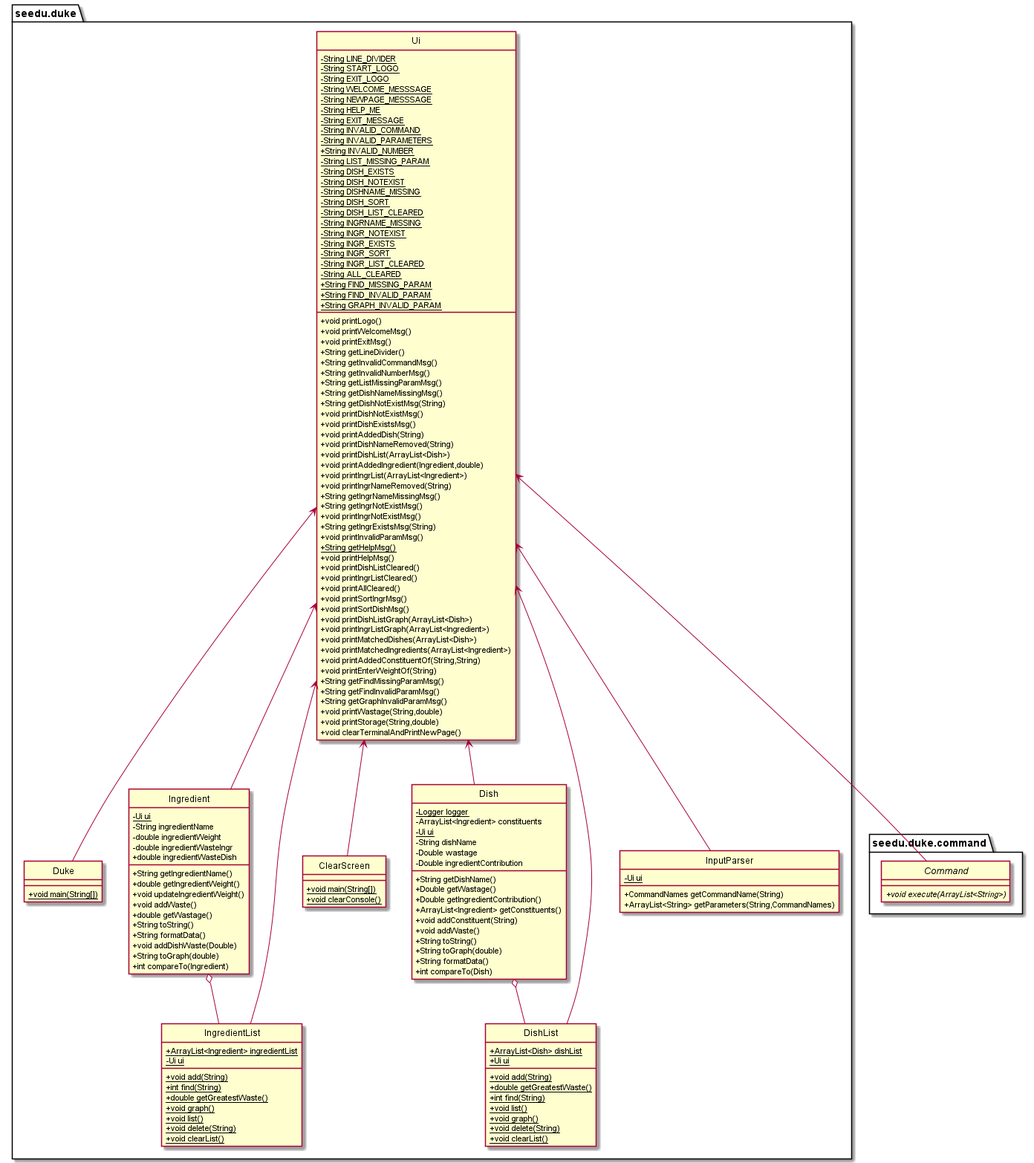
Above: docs/images/UiClass.png in nus-cs2113-AY2122S1/tp (PlantUML), before the change.
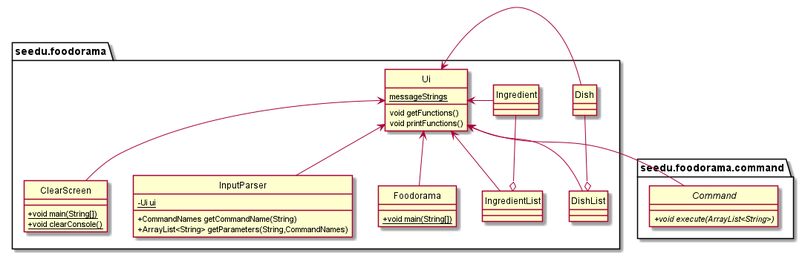
The same file after the commit.

Change to the diagram source:
```diff
@@ -3,155 +3,47 @@
 hide circle
 skinparam classAttributeIconSize 0
 
-class seedu.duke.Duke {
+class seedu.foodorama.Foodorama {
 + {static} void main(String[])
 }
-class seedu.duke.Ingredient {
-- {static} Ui ui
-- String ingredientName
-- double ingredientWeight
-- double ingredientWasteIngr
-+ double ingredientWasteDish
-+ String getIngredientName()
-+ double getIngredientWeight()
-+ void updateIngredientWeight()
-+ void addWaste()
-+ double getWastage()
-+ String toString()
-+ String formatData()
-+ void addDishWaste(Double)
-+ String toGraph(double)
-+ int compareTo(Ingredient)
+class seedu.foodorama.Ingredient {
+
 }
-class seedu.duke.DishList {
-+ {static} ArrayList<Dish> dishList
-+ {static} Ui ui
-+ {static} void add(String)
-+ {static} double getGreatestWaste()
-+ {static} int find(String)
-+ {static} void list()
-+ {static} void graph()
-+ {static} void delete(String)
-+ {static} void clearList()
+class seedu.foodorama.DishList {
+
 }
-class seedu.duke.ClearScreen {
+class seedu.foodorama.ClearScreen {
 + {static} void main(String[])
 + {static} void clearConsole()
 }
-class seedu.duke.Ui {
-- {static} String LINE_DIVIDER
-- {static} String START_LOGO
-- {static} String EXIT_LOGO
-- {static} String WELCOME_MESSSAGE
-- {static} String NEWPAGE_MESSSAGE
-- {static} String HELP_ME
-- {static} String EXIT_MESSAGE
-- {static} String INVALID_COMMAND
-- {static} String INVALID_PARAMETERS
-+ {static} String INVALID_NUMBER
-- {static} String LIST_MISSING_PARAM
-- {static} String DISH_EXISTS
-- {static} String DISH_NOTEXIST
-- {static} String DISHNAME_MISSING
-- {static} String DISH_SORT
-- {static} String DISH_LIST_CLEARED
-- {static} String INGRNAME_MISSING
-- {static} String INGR_NOTEXIST
-- {static} String INGR_EXISTS
-- {static} String INGR_SORT
-- {static} String INGR_LIST_CLEARED
-- {static} String ALL_CLEARED
-+ {static} String FIND_MISSING_PARAM
-+ {static} String FIND_INVALID_PARAM
-+ {static} String GRAPH_INVALID_PARAM
-+ void printLogo()
-+ void printWelcomeMsg()
-+ void printExitMsg()
-+ String getLineDivider()
-+ String getInvalidCommandMsg()
-+ String getInvalidNumberMsg()
-+ String getListMissingParamMsg()
-+ String getDishNameMissingMsg()
-+ String getDishNotExistMsg(String)
-+ void printDishNotExistMsg()
-+ void printDishExistsMsg()
-+ void printAddedDish(String)
-+ void printDishNameRemoved(String)
-+ void printDishList(ArrayList<Dish>)
-+ void printAddedIngredient(Ingredient,double)
-+ void printIngrList(ArrayList<Ingredient>)
-+ void printIngrNameRemoved(String)
-+ String getIngrNameMissingMsg()
-+ String getIngrNotExistMsg()
-+ void printIngrNotExistMsg()
-+ String getIngrExistsMsg(String)
-+ void printInvalidParamMsg()
-+ {static} String getHelpMsg()
-+ void printHelpMsg()
-+ void printDishListCleared()
-+ void printIngrListCleared()
-+ void printAllCleared()
-+ void printSortIngrMsg()
-+ void printSortDishMsg()
-+ void printDishListGraph(ArrayList<Dish>)
-+ void printIngrListGraph(ArrayList<Ingredient>)
-+ void printMatchedDishes(ArrayList<Dish>)
-+ void printMatchedIngredients(ArrayList<Ingredient>)
-+ void printAddedConstituentOf(String,String)
-+ void printEnterWeightOf(String)
-+ String getFindMissingParamMsg()
-+ String getFindInvalidParamMsg()
-+ String getGraphInvalidParamMsg()
-+ void printWastage(String,double)
-+ void printStorage(String,double)
-+ void clearTerminalAndPrintNewPage()
+class seedu.foodorama.Ui {
+{static} messageStrings
+void getFunctions()
+void printFunctions()
 }
-class seedu.duke.IngredientList {
-+ {static} ArrayList<Ingredient> ingredientList
-- {static} Ui ui
-+ {static} void add(String)
-+ {static} int find(String)
-+ {static} double getGreatestWaste()
-+ {static} void graph()
-+ {static} void list()
-+ {static} void delete(String)
-+ {static} void clearList()
+class seedu.foodorama.IngredientList {
+
 }
-class seedu.duke.Dish {
-- {static} Logger logger
-- ArrayList<Ingredient> constituents
-- {static} Ui ui
-- String dishName
-- Double wastage
-- Double ingredientContribution
-+ String getDishName()
-+ Double getWastage()
-+ Double getIngredientContribution()
-+ ArrayList<Ingredient> getConstituents()
-+ void addConstituent(String)
-+ void addWaste()
-+ String toString()
-+ String toGraph(double)
-+ String formatData()
-+ int compareTo(Dish)
+class seedu.foodorama.Dish {
+
 }
-abstract class seedu.duke.command.Command {
+abstract class seedu.foodorama.command.Command {
 + {abstract}void execute(ArrayList<String>)
 }
-class seedu.duke.InputParser {
+class seedu.foodorama.InputParser {
 - {static} Ui ui
 + CommandNames getCommandName(String)
 + ArrayList<String> getParameters(String,CommandNames)
 }
 
-seedu.duke.Ui <-- seedu.duke.Dish
-seedu.duke.Dish o-- seedu.duke.DishList
-seedu.duke.Ingredient o-- seedu.duke.IngredientList
-seedu.duke.Ui <-- seedu.duke.Ingredient
-seedu.duke.Ui <-- seedu.duke.Duke
-seedu.duke.Ui <-- seedu.duke.DishList
-seedu.duke.Ui <-- seedu.duke.ClearScreen
-seedu.duke.Ui <-- seedu.duke.IngredientList
-seedu.duke.Ui <-- seedu.duke.InputParser
-seedu.duke.Ui <-- seedu.duke.command.Command
+seedu.foodorama.Ui <- seedu.foodorama.Dish
+seedu.foodorama.Dish --o seedu.foodorama.DishList
+seedu.foodorama.Ingredient --o seedu.foodorama.IngredientList
+seedu.foodorama.Ui <- seedu.foodorama.Ingredient
+seedu.foodorama.Ui <-- seedu.foodorama.Foodorama
+seedu.foodorama.Ui <-- seedu.foodorama.DishList
+seedu.foodorama.Ui <-- seedu.foodorama.ClearScreen
+seedu.foodorama.Ui <-- seedu.foodorama.IngredientList
+seedu.foodorama.Ui <-- seedu.foodorama.InputParser
+seedu.foodorama.Ui <-- seedu.foodorama.command.Command
 @enduml
```
